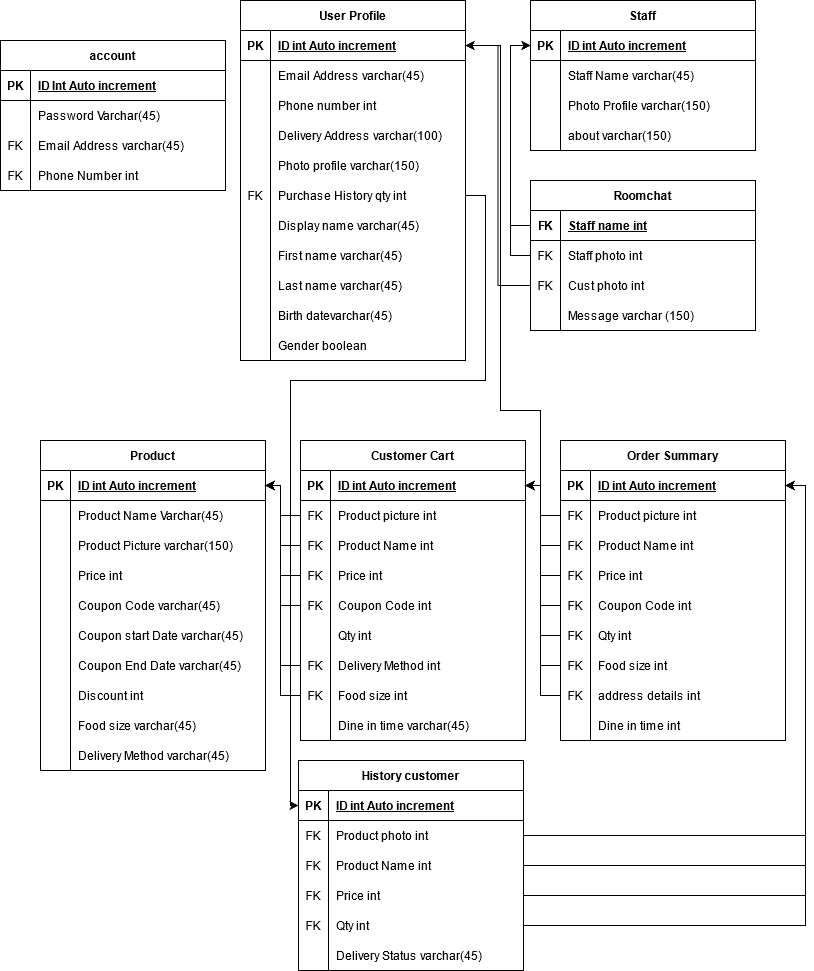
The draw.io diagram tugas/tugas3.png in farizian/week11, before a commit. Source tidied: cells renumbered, new cells last; positions are measured from the earlier drawing's top-left corner, leaving out a move shared by most shapes.
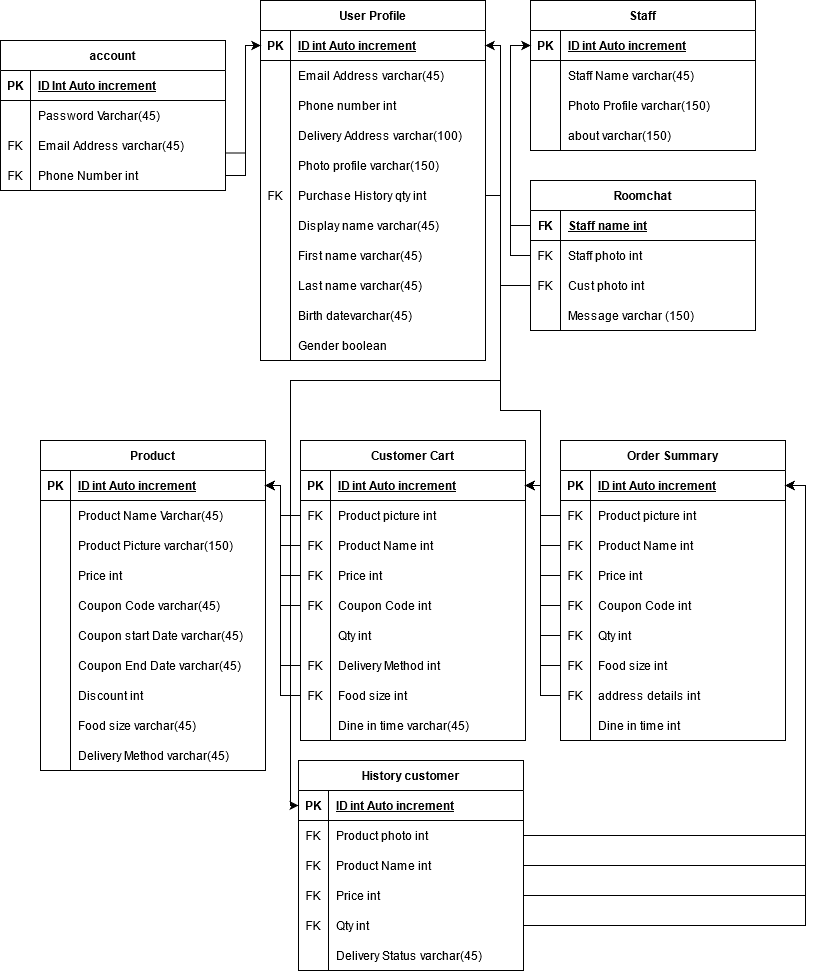
Later version of the same file.

The edit, as a diff of the source:
```diff
@@ -2,6 +2,9 @@
   <root>
     <mxCell id="0" />
     <mxCell id="1" parent="0" />
+    <mxCell id="204" style="edgeStyle=orthogonalEdgeStyle;rounded=0;jettySize=auto;html=1;exitX=1;exitY=0.75;exitDx=0;exitDy=0;entryX=0;entryY=0.5;entryDx=0;entryDy=0;" parent="1" edge="1" source="2" target="122">
+      <mxGeometry relative="1" as="geometry" />
+    </mxCell>
     <mxCell id="2" value="account" style="shape=table;startSize=30;rowLines=0;fontStyle=1;align=center;" parent="1" vertex="1">
       <mxGeometry y="40" width="225" height="150" as="geometry" />
     </mxCell>
@@ -360,7 +363,7 @@
       <mxGeometry x="30" width="195" height="30" as="geometry" />
     </mxCell>
     <mxCell id="121" value="User Profile" style="shape=table;startSize=30;rowLines=0;fontStyle=1;align=center;" parent="1" vertex="1">
-      <mxGeometry x="240" width="225" height="360" as="geometry" />
+      <mxGeometry x="260" width="225" height="360" as="geometry" />
     </mxCell>
     <mxCell id="122" style="shape=partialRectangle;fillColor=none;top=0;left=0;bottom=1;right=0;points=[[0,0.5],[1,0.5]];portConstraint=eastwest;" parent="121" vertex="1">
       <mxGeometry y="30" width="225" height="30" as="geometry" />
@@ -546,13 +549,18 @@
       <mxGeometry relative="1" as="geometry" />
     </mxCell>
     <mxCell id="183" style="edgeStyle=orthogonalEdgeStyle;rounded=0;jettySize=auto;html=1;entryX=1;entryY=0.5;entryDx=0;entryDy=0;" parent="1" edge="1" source="175" target="122">
-      <mxGeometry relative="1" as="geometry" />
+      <mxGeometry relative="1" as="geometry">
+        <Array as="points">
+          <mxPoint x="500" y="285" />
+          <mxPoint x="500" y="45" />
+        </Array>
+      </mxGeometry>
     </mxCell>
     <mxCell id="184" style="edgeStyle=orthogonalEdgeStyle;rounded=0;jettySize=auto;html=1;entryX=0;entryY=0.5;entryDx=0;entryDy=0;" parent="1" edge="1" source="137" target="103">
       <mxGeometry relative="1" as="geometry">
         <Array as="points">
-          <mxPoint x="485" y="195" />
-          <mxPoint x="485" y="380" />
+          <mxPoint x="500" y="195" />
+          <mxPoint x="500" y="380" />
           <mxPoint x="290" y="380" />
           <mxPoint x="290" y="805" />
         </Array>
@@ -694,5 +702,13 @@
         </Array>
       </mxGeometry>
     </mxCell>
+    <mxCell id="205" style="edgeStyle=orthogonalEdgeStyle;rounded=0;jettySize=auto;html=1;exitX=1;exitY=0.5;exitDx=0;exitDy=0;entryX=0;entryY=0.5;entryDx=0;entryDy=0;" parent="1" edge="1" source="12" target="122">
+      <mxGeometry relative="1" as="geometry">
+        <Array as="points">
+          <mxPoint x="245" y="175" />
+          <mxPoint x="245" y="45" />
+        </Array>
+      </mxGeometry>
+    </mxCell>
   </root>
 </mxGraphModel>
```
